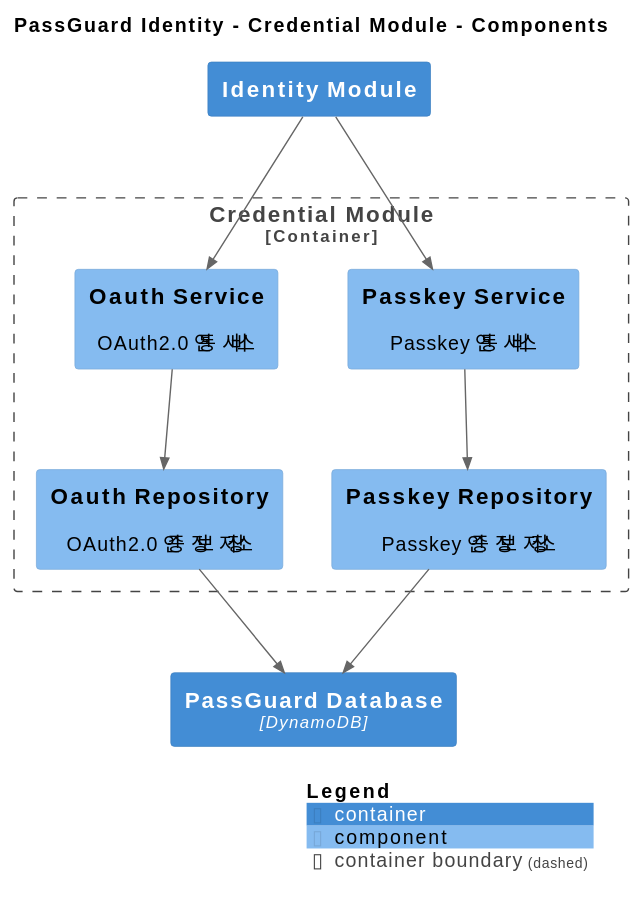
The PlantUML diagram master/svg/ComponentView.svg in IntellectusCorp/passguard-docs, before a commit. Its source is kept beside it as master/puml/ComponentView.puml. The source it was exported from:
```plantuml
@startuml
set separator none
title PassGuard Identity - Credential Module - Components

top to bottom direction

!include <C4/C4>
!include <C4/C4_Context>
!include <C4/C4_Container>
!include <C4/C4_Component>

Container(PassGuardIdentity.IdentityModule, "Identity Module", $techn="", $descr="", $tags="", $link="")
Container(PassGuardIdentity.PassGuardDatabase, "PassGuard Database", $techn="DynamoDB", $descr="", $tags="", $link="")

Container_Boundary("PassGuardIdentity.CredentialModule_boundary", "Credential Module", $tags="") {
  Component(PassGuardIdentity.CredentialModule.OauthService, "Oauth Service", $techn="", $descr="OAuth2.0 연동 서비스", $tags="", $link="")
  Component(PassGuardIdentity.CredentialModule.OauthRepository, "Oauth Repository", $techn="", $descr="OAuth2.0 인증 정보 저장소", $tags="", $link="")
  Component(PassGuardIdentity.CredentialModule.PasskeyService, "Passkey Service", $techn="", $descr="Passkey 연동 서비스", $tags="", $link="")
  Component(PassGuardIdentity.CredentialModule.PasskeyRepository, "Passkey Repository", $techn="", $descr="Passkey 인증 정보 저장소", $tags="", $link="")
}

Rel(PassGuardIdentity.IdentityModule, PassGuardIdentity.CredentialModule.OauthService, "", $techn="", $tags="", $link="")
Rel(PassGuardIdentity.IdentityModule, PassGuardIdentity.CredentialModule.PasskeyService, "", $techn="", $tags="", $link="")
Rel(PassGuardIdentity.CredentialModule.OauthService, PassGuardIdentity.CredentialModule.OauthRepository, "", $techn="", $tags="", $link="")
Rel(PassGuardIdentity.CredentialModule.OauthRepository, PassGuardIdentity.PassGuardDatabase, "", $techn="", $tags="", $link="")
Rel(PassGuardIdentity.CredentialModule.PasskeyService, PassGuardIdentity.CredentialModule.PasskeyRepository, "", $techn="", $tags="", $link="")
Rel(PassGuardIdentity.CredentialModule.PasskeyRepository, PassGuardIdentity.PassGuardDatabase, "", $techn="", $tags="", $link="")

SHOW_LEGEND(true)
@enduml
```
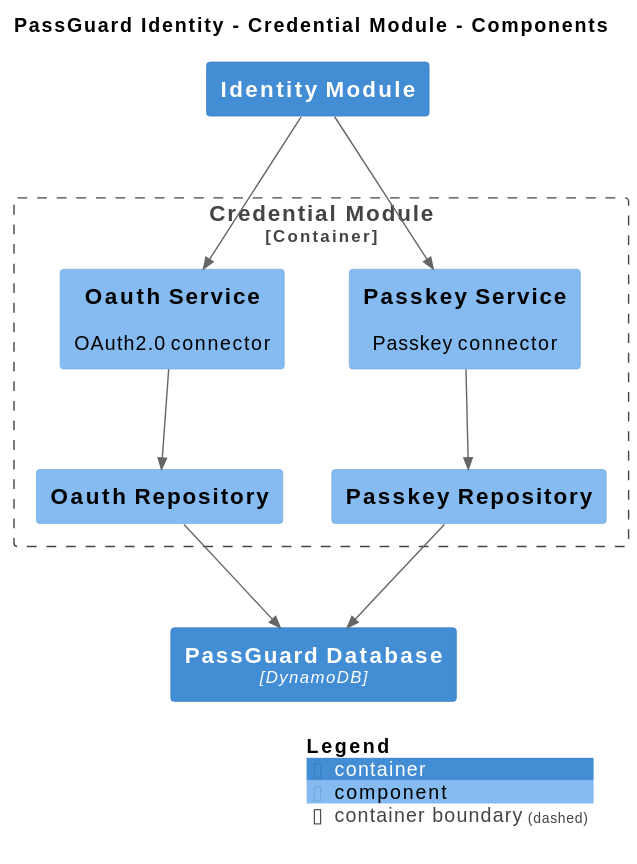
After the change.

Change to the diagram source:
```diff
@@ -13,10 +13,10 @@
 Container(PassGuardIdentity.PassGuardDatabase, "PassGuard Database", $techn="DynamoDB", $descr="", $tags="", $link="")
 
 Container_Boundary("PassGuardIdentity.CredentialModule_boundary", "Credential Module", $tags="") {
-  Component(PassGuardIdentity.CredentialModule.OauthService, "Oauth Service", $techn="", $descr="OAuth2.0 연동 서비스", $tags="", $link="")
-  Component(PassGuardIdentity.CredentialModule.OauthRepository, "Oauth Repository", $techn="", $descr="OAuth2.0 인증 정보 저장소", $tags="", $link="")
-  Component(PassGuardIdentity.CredentialModule.PasskeyService, "Passkey Service", $techn="", $descr="Passkey 연동 서비스", $tags="", $link="")
-  Component(PassGuardIdentity.CredentialModule.PasskeyRepository, "Passkey Repository", $techn="", $descr="Passkey 인증 정보 저장소", $tags="", $link="")
+  Component(PassGuardIdentity.CredentialModule.OauthService, "Oauth Service", $techn="", $descr="OAuth2.0 connector", $tags="", $link="")
+  Component(PassGuardIdentity.CredentialModule.OauthRepository, "Oauth Repository", $techn="", $descr="", $tags="", $link="")
+  Component(PassGuardIdentity.CredentialModule.PasskeyService, "Passkey Service", $techn="", $descr="Passkey connector", $tags="", $link="")
+  Component(PassGuardIdentity.CredentialModule.PasskeyRepository, "Passkey Repository", $techn="", $descr="", $tags="", $link="")
 }
 
 Rel(PassGuardIdentity.IdentityModule, PassGuardIdentity.CredentialModule.OauthService, "", $techn="", $tags="", $link="")
```
